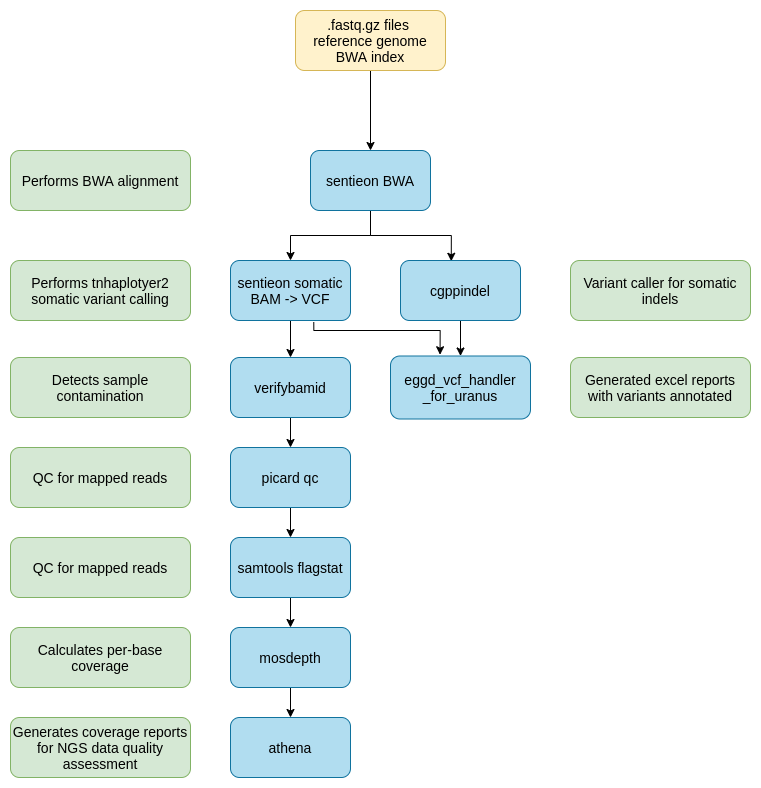
Earlier version of the draw.io export images/workflow.png (eastgenomics/eggd_uranus_main_workflow). Source tidied: cells renumbered, new cells last; positions are measured from the earlier drawing's top-left corner, leaving out a move shared by most shapes.
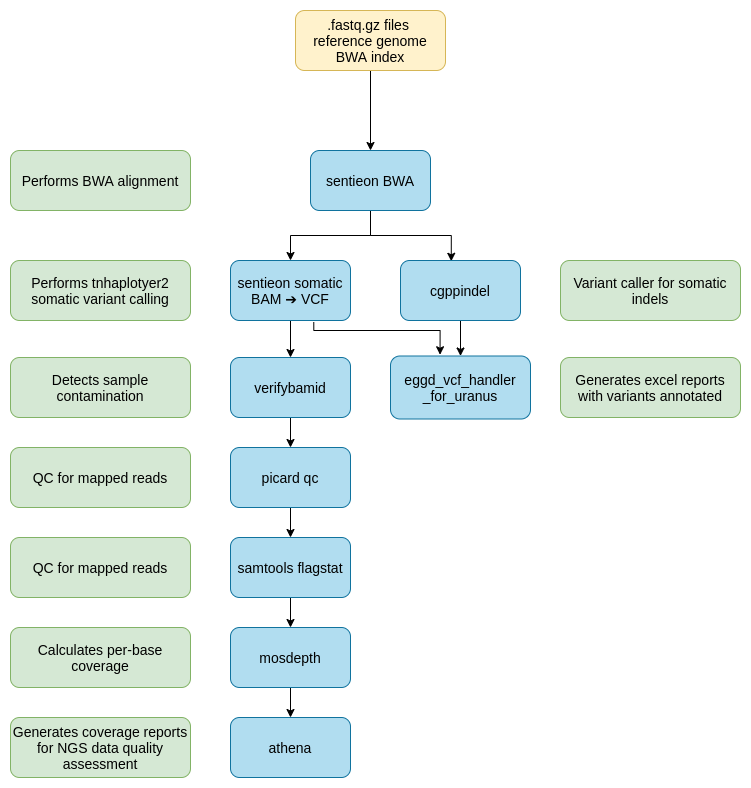
Above is the later version.

Change to the diagram source:
```diff
@@ -34,7 +34,7 @@
         </Array>
       </mxGeometry>
     </mxCell>
-    <mxCell id="11" value="&lt;font color=&quot;#000000&quot; style=&quot;font-size: 14px;&quot;&gt;sentieon somatic BAM -&amp;gt; VCF&lt;/font&gt;" style="rounded=1;whiteSpace=wrap;html=1;fillColor=#b1ddf0;strokeColor=#10739e;fontSize=14;" parent="1" vertex="1">
+    <mxCell id="11" value="&lt;font color=&quot;#000000&quot;&gt;sentieon somatic BAM ➔&amp;nbsp;VCF&lt;/font&gt;" style="rounded=1;whiteSpace=wrap;html=1;fillColor=#b1ddf0;strokeColor=#10739e;fontSize=14;" parent="1" vertex="1">
       <mxGeometry x="220" y="250" width="120" height="60" as="geometry" />
     </mxCell>
     <mxCell id="12" style="edgeStyle=orthogonalEdgeStyle;rounded=0;jettySize=auto;html=1;fontSize=14;" parent="1" edge="1" source="13" target="16">
@@ -59,7 +59,7 @@
       <mxGeometry y="250" width="180" height="60" as="geometry" />
     </mxCell>
     <mxCell id="19" value="&lt;font color=&quot;#000000&quot; style=&quot;font-size: 14px&quot;&gt;Variant caller for somatic indels&lt;/font&gt;" style="rounded=1;whiteSpace=wrap;html=1;fillColor=#d5e8d4;strokeColor=#82b366;fontSize=14;" parent="1" vertex="1">
-      <mxGeometry x="560" y="250" width="180" height="60" as="geometry" />
+      <mxGeometry x="550" y="250" width="180" height="60" as="geometry" />
     </mxCell>
     <mxCell id="20" value="&lt;font color=&quot;#000000&quot; style=&quot;font-size: 14px&quot;&gt;Detects sample contamination&lt;/font&gt;" style="rounded=1;whiteSpace=wrap;html=1;fillColor=#d5e8d4;strokeColor=#82b366;fontSize=14;" parent="1" vertex="1">
       <mxGeometry y="347" width="180" height="60" as="geometry" />
@@ -91,8 +91,8 @@
     <mxCell id="29" value="eggd_vcf_handler&lt;br&gt;_for_uranus" style="rounded=1;whiteSpace=wrap;html=1;fillColor=#b1ddf0;strokeColor=#10739e;fontSize=14;" parent="1" vertex="1">
       <mxGeometry x="380" y="345.5" width="140" height="63" as="geometry" />
     </mxCell>
-    <mxCell id="30" value="Generated excel reports with variants annotated" style="rounded=1;whiteSpace=wrap;html=1;fillColor=#d5e8d4;strokeColor=#82b366;fontSize=14;" parent="1" vertex="1">
-      <mxGeometry x="560" y="347" width="180" height="60" as="geometry" />
+    <mxCell id="30" value="Generates excel reports with variants annotated" style="rounded=1;whiteSpace=wrap;html=1;fillColor=#d5e8d4;strokeColor=#82b366;fontSize=14;" parent="1" vertex="1">
+      <mxGeometry x="550" y="347" width="180" height="60" as="geometry" />
     </mxCell>
   </root>
 </mxGraphModel>
```
